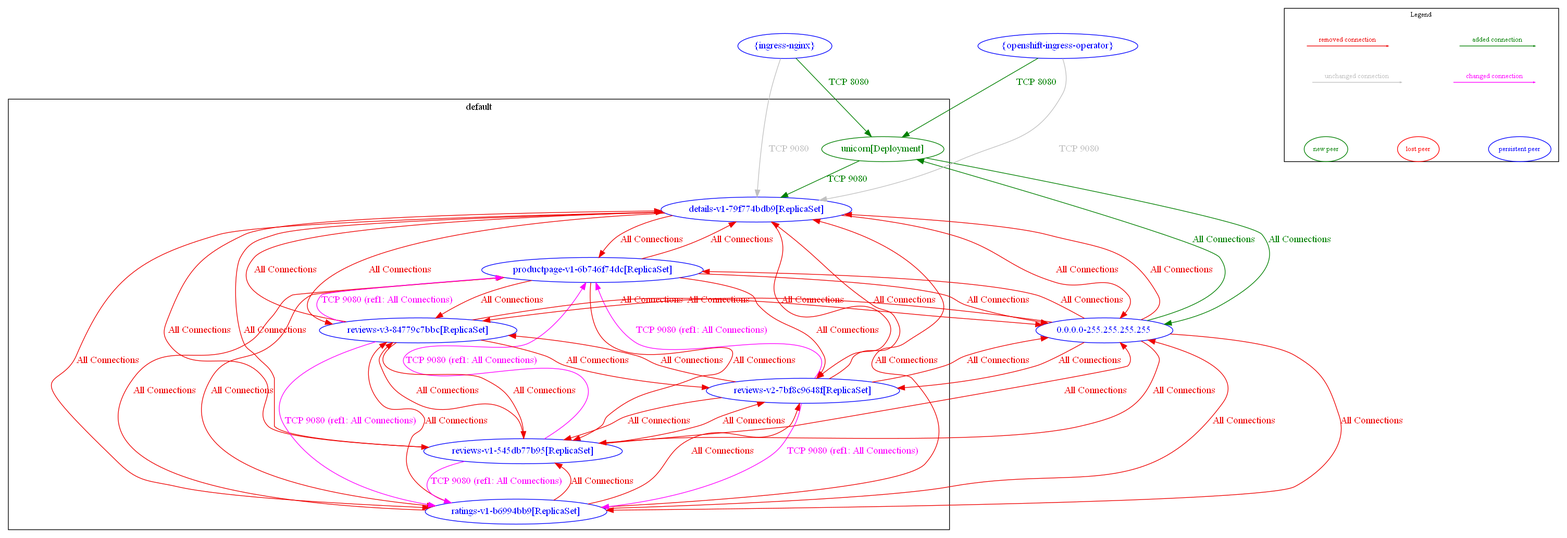
The Graphviz diagram test_outputs/diff/diff_between_k8s_ingress_test_new_and_k8s_ingress_test.dot.png in np-guard/netpol-analyzer, before a commit. Its source is kept beside it as test_outputs/diff/diff_between_k8s_ingress_test_new_and_k8s_ingress_test.dot.
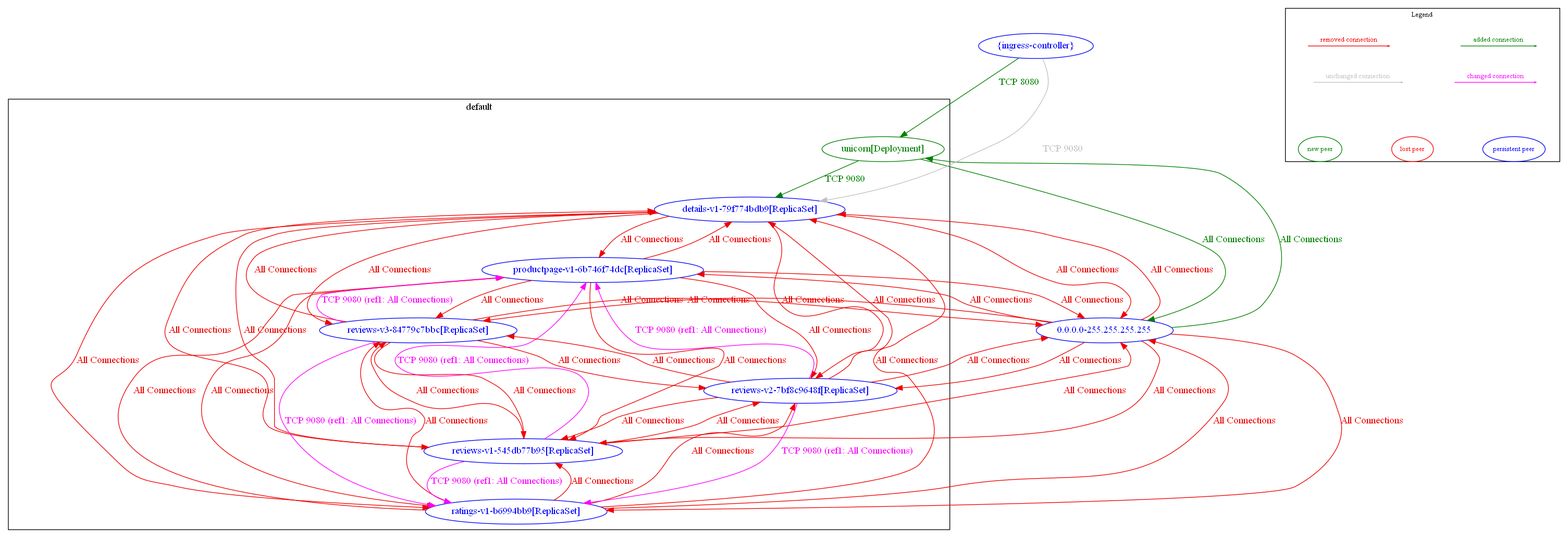
The same diagram one commit later.

Diff of the diagram source:
```diff
@@ -10,8 +10,7 @@
 		label="default"
 	}
 	"0.0.0.0-255.255.255.255" [label="0.0.0.0-255.255.255.255" color="blue" fontcolor="blue"]
-	"{ingress-nginx}" [label="{ingress-nginx}" color="blue" fontcolor="blue"]
-	"{openshift-ingress-operator}" [label="{openshift-ingress-operator}" color="blue" fontcolor="blue"]
+	"{ingress-controller}" [label="{ingress-controller}" color="blue" fontcolor="blue"]
 	"0.0.0.0-255.255.255.255" -> "default/details-v1-79f774bdb9[ReplicaSet]" [label="All Connections" color="red2" fontcolor="red2"]
 	"0.0.0.0-255.255.255.255" -> "default/productpage-v1-6b746f74dc[ReplicaSet]" [label="All Connections" color="red2" fontcolor="red2"]
 	"0.0.0.0-255.255.255.255" -> "default/ratings-v1-b6994bb9[ReplicaSet]" [label="All Connections" color="red2" fontcolor="red2"]
@@ -57,10 +56,8 @@
 	"default/reviews-v3-84779c7bbc[ReplicaSet]" -> "default/reviews-v2-7bf8c9648f[ReplicaSet]" [label="All Connections" color="red2" fontcolor="red2"]
 	"default/unicorn[Deployment]" -> "0.0.0.0-255.255.255.255" [label="All Connections" color="#008000" fontcolor="#008000"]
 	"default/unicorn[Deployment]" -> "default/details-v1-79f774bdb9[ReplicaSet]" [label="TCP 9080" color="#008000" fontcolor="#008000"]
-	"{ingress-nginx}" -> "default/details-v1-79f774bdb9[ReplicaSet]" [label="TCP 9080" color="grey" fontcolor="grey"]
-	"{ingress-nginx}" -> "default/unicorn[Deployment]" [label="TCP 8080" color="#008000" fontcolor="#008000"]
-	"{openshift-ingress-operator}" -> "default/details-v1-79f774bdb9[ReplicaSet]" [label="TCP 9080" color="grey" fontcolor="grey"]
-	"{openshift-ingress-operator}" -> "default/unicorn[Deployment]" [label="TCP 8080" color="#008000" fontcolor="#008000"]
+	"{ingress-controller}" -> "default/details-v1-79f774bdb9[ReplicaSet]" [label="TCP 9080" color="grey" fontcolor="grey"]
+	"{ingress-controller}" -> "default/unicorn[Deployment]" [label="TCP 8080" color="#008000" fontcolor="#008000"]
 	nodesep=0.5
 	subgraph cluster_legend {
 		label="Legend"
```
